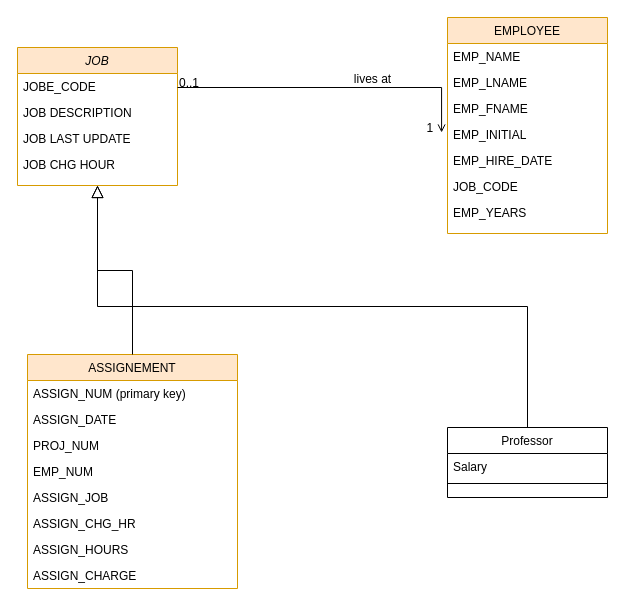
Above: employee relational.drawio in Collins07/Employee-data (draw.io), before the change. Source tidied: cells renumbered, new cells numbered last; positions are measured from the earlier drawing's top-left corner, leaving out a move shared by most shapes. Both pictures are drawn from the tidied source at 100%, with x=0, y=0 at pixel (17, 17).
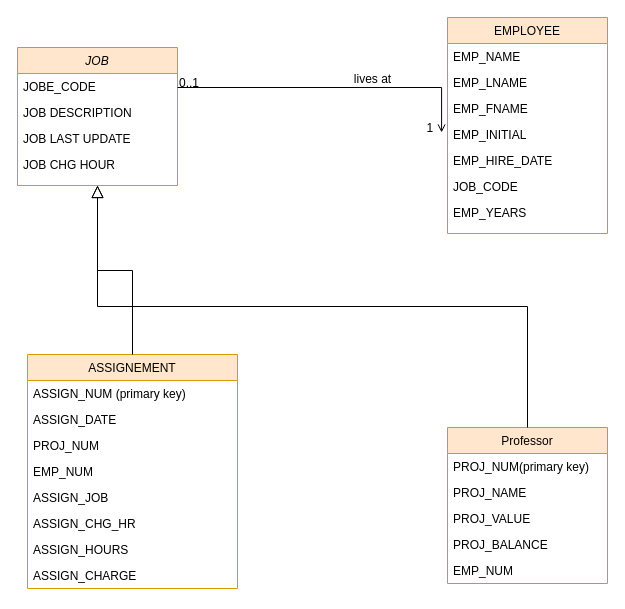
After the change.

What changed in the source:
```diff
@@
-    <mxCell id="17" value="Professor" style="swimlane;fontStyle=0;align=center;verticalAlign=top;horizontal=1;startSize=26;rounded=0;shadow=0;strokeWidth=1;" parent="1" vertex="1">
-      <mxGeometry x="430" y="410" width="160" height="70" as="geometry" />
+    <mxCell id="17" value="Professor" style="swimlane;fontStyle=0;align=center;verticalAlign=top;horizontal=1;startSize=26;rounded=0;shadow=0;strokeWidth=1;fillColor=#ffe6cc;strokeColor=#d79b00;" parent="1" vertex="1">
+      <mxGeometry x="430" y="410" width="160" height="156" as="geometry" />
     </mxCell>
-    <mxCell id="18" value="Salary" style="text;align=left;verticalAlign=top;spacingLeft=4;spacingRight=4;overflow=hidden;" parent="17" vertex="1">
+    <mxCell id="18" value="PROJ_NUM(primary key)" style="text;align=left;verticalAlign=top;spacingLeft=4;spacingRight=4;overflow=hidden;" parent="17" vertex="1">
       <mxGeometry y="26" width="160" height="26" as="geometry" />
     </mxCell>
-    <mxCell id="19" style="line;html=1;strokeWidth=1;align=left;verticalAlign=middle;spacingTop=-1;spacingLeft=3;spacingRight=3;labelPosition=right;" parent="17" vertex="1">
-      <mxGeometry y="52" width="160" height="8" as="geometry" />
-    </mxCell>
+    <mxCell id="33" value="PROJ_NAME" style="text;align=left;verticalAlign=top;spacingLeft=4;spacingRight=4;overflow=hidden;" parent="17" vertex="1">
+      <mxGeometry y="52" width="160" height="26" as="geometry" />
+    </mxCell>
+    <mxCell id="34" value="PROJ_VALUE" style="text;align=left;verticalAlign=top;spacingLeft=4;spacingRight=4;overflow=hidden;" parent="17" vertex="1">
+      <mxGeometry y="78" width="160" height="26" as="geometry" />
+    </mxCell>
+    <mxCell id="35" value="PROJ_BALANCE" style="text;align=left;verticalAlign=top;spacingLeft=4;spacingRight=4;overflow=hidden;" parent="17" vertex="1">
+      <mxGeometry y="104" width="160" height="26" as="geometry" />
+    </mxCell>
+    <mxCell id="36" value="EMP_NUM" style="text;align=left;verticalAlign=top;spacingLeft=4;spacingRight=4;overflow=hidden;" parent="17" vertex="1">
+      <mxGeometry y="130" width="160" height="26" as="geometry" />
+    </mxCell>
```
